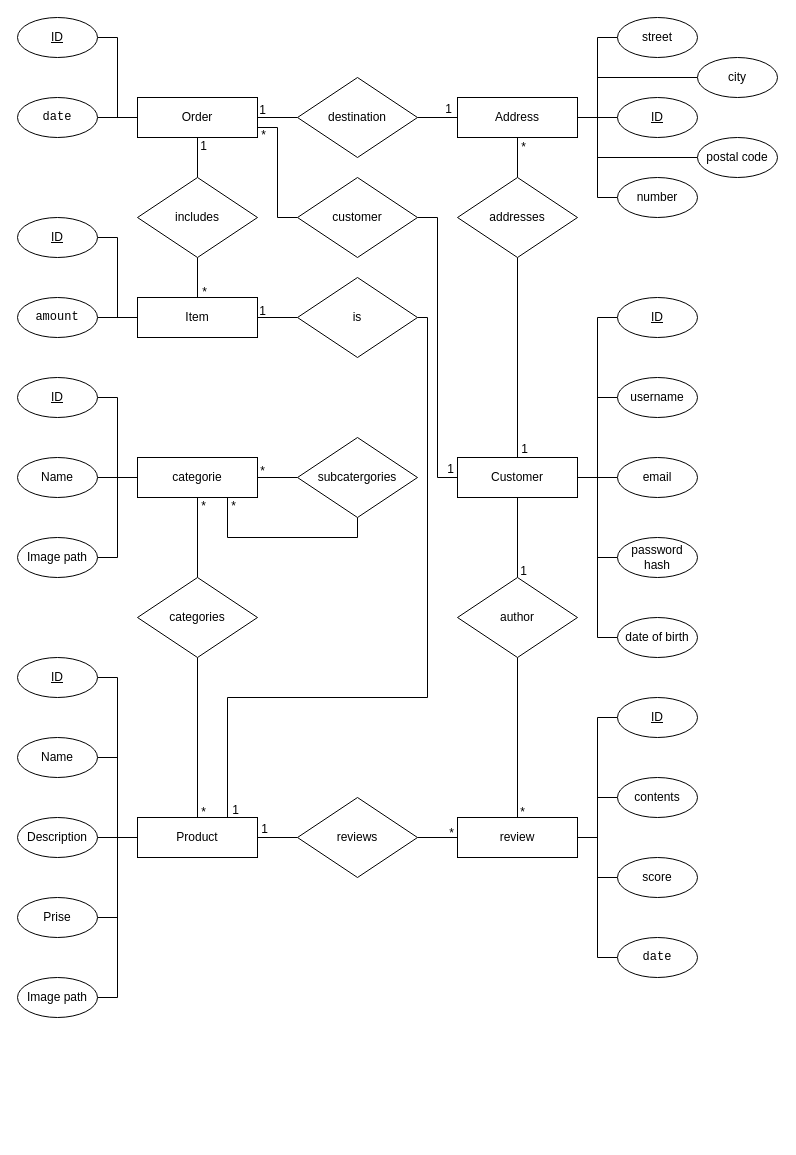
ArnoJoosen/webShop keeps this draw.io diagram as Databases_ER.drawio. Above is the earlier version. Source tidied: cells renumbered, new cells numbered last; positions are measured from the earlier drawing's top-left corner, leaving out a move shared by most shapes. Both pictures are drawn from the tidied source at 100%, with x=0, y=0 at pixel (17, 17).
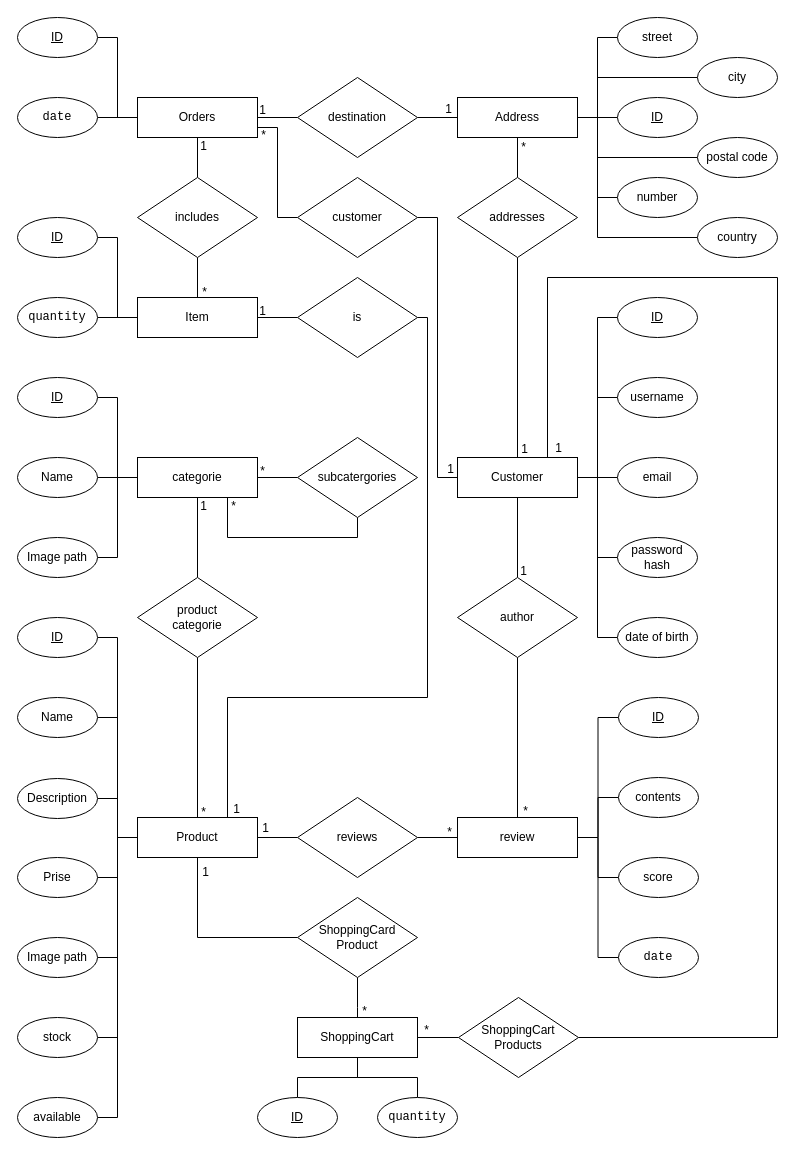
After the change.

Unchanged cells that the change refers to:
```xml
<mxCell id="16" value="&lt;span lang=&quot;en&quot; class=&quot;HwtZe&quot;&gt;Product&lt;/span&gt;" style="rounded=0;whiteSpace=wrap;html=1;" parent="1" vertex="1">
  <mxGeometry x="120" y="800" width="120" height="40" as="geometry" />
</mxCell>
<mxCell id="42" value="&lt;span lang=&quot;en&quot; class=&quot;HwtZe&quot;&gt;Customer&lt;/span&gt;" style="rounded=0;whiteSpace=wrap;html=1;" parent="1" vertex="1">
  <mxGeometry x="440" y="440" width="120" height="40" as="geometry" />
</mxCell>
<mxCell id="78" value="&lt;span lang=&quot;en&quot; class=&quot;HwtZe&quot;&gt;Address&lt;/span&gt;" style="rounded=0;whiteSpace=wrap;html=1;" parent="1" vertex="1">
  <mxGeometry x="440" y="80" width="120" height="40" as="geometry" />
</mxCell>
```

Diff of the diagram source:
```diff
@@
     <mxCell id="18" value="&lt;u&gt;ID&lt;/u&gt;" style="ellipse;whiteSpace=wrap;html=1;" parent="1" vertex="1">
-      <mxGeometry y="640" width="80" height="40" as="geometry" />
+      <mxGeometry y="600" width="80" height="40" as="geometry" />
     </mxCell>
@@
     <mxCell id="20" value="Name" style="ellipse;whiteSpace=wrap;html=1;" parent="1" vertex="1">
-      <mxGeometry y="720" width="80" height="40" as="geometry" />
+      <mxGeometry y="680" width="80" height="40" as="geometry" />
     </mxCell>
@@
     <mxCell id="22" value="Image&amp;nbsp;&lt;span lang=&quot;en&quot; class=&quot;HwtZe&quot;&gt;path&lt;/span&gt;" style="ellipse;whiteSpace=wrap;html=1;" parent="1" vertex="1">
-      <mxGeometry y="960" width="80" height="40" as="geometry" />
+      <mxGeometry y="920" width="80" height="40" as="geometry" />
     </mxCell>
@@
     <mxCell id="24" value="&lt;div dir=&quot;ltr&quot; class=&quot;lRu31&quot;&gt;&lt;span lang=&quot;en&quot; class=&quot;HwtZe&quot;&gt;Description&lt;/span&gt;&lt;span class=&quot;ZSCsVd&quot;&gt;&lt;/span&gt;&lt;div class=&quot;OvtS8d&quot;&gt;&lt;/div&gt;&lt;div id=&quot;ow11&quot;&gt;&lt;/div&gt;&lt;/div&gt;&lt;div class=&quot;UdTY9 WdefRb&quot; aria-hidden=&quot;true&quot;&gt;&lt;div class=&quot;kO6q6e&quot;&gt;&lt;/div&gt;&lt;/div&gt;" style="ellipse;whiteSpace=wrap;html=1;" parent="1" vertex="1">
-      <mxGeometry y="800" width="80" height="40" as="geometry" />
+      <mxGeometry y="761" width="80" height="40" as="geometry" />
     </mxCell>
@@
     <mxCell id="26" value="&lt;div dir=&quot;ltr&quot; class=&quot;lRu31&quot;&gt;Prise&lt;div class=&quot;OvtS8d&quot;&gt;&lt;/div&gt;&lt;div id=&quot;ow11&quot;&gt;&lt;/div&gt;&lt;/div&gt;&lt;div class=&quot;UdTY9 WdefRb&quot; aria-hidden=&quot;true&quot;&gt;&lt;div class=&quot;kO6q6e&quot;&gt;&lt;/div&gt;&lt;/div&gt;" style="ellipse;whiteSpace=wrap;html=1;" parent="1" vertex="1">
-      <mxGeometry y="880" width="80" height="40" as="geometry" />
+      <mxGeometry y="840" width="80" height="40" as="geometry" />
     </mxCell>
@@
-    <mxCell id="28" value="categories" style="rhombus;whiteSpace=wrap;html=1;" parent="1" vertex="1">
+    <mxCell id="28" value="product&lt;div&gt;categorie&lt;/div&gt;" style="rhombus;whiteSpace=wrap;html=1;" parent="1" vertex="1">
       <mxGeometry x="120" y="560" width="120" height="80" as="geometry" />
     </mxCell>
@@
-    <mxCell id="30" value="*" style="text;html=1;align=center;verticalAlign=middle;strokeColor=none;fillColor=none;" parent="1" vertex="1">
+    <mxCell id="30" value="1" style="text;html=1;align=center;verticalAlign=middle;strokeColor=none;fillColor=none;" parent="1" vertex="1">
       <mxGeometry x="171" y="474" width="30" height="30" as="geometry" />
     </mxCell>
@@
     <mxCell id="38" value="&lt;u&gt;ID&lt;/u&gt;" style="ellipse;whiteSpace=wrap;html=1;" parent="1" vertex="1">
-      <mxGeometry x="600" y="680" width="80" height="40" as="geometry" />
+      <mxGeometry x="601" y="680" width="80" height="40" as="geometry" />
     </mxCell>
     <mxCell id="39" value="&lt;span lang=&quot;en&quot; class=&quot;HwtZe&quot;&gt;contents&lt;/span&gt;" style="ellipse;whiteSpace=wrap;html=1;" parent="1" vertex="1">
-      <mxGeometry x="600" y="760" width="80" height="40" as="geometry" />
+      <mxGeometry x="601" y="760" width="80" height="40" as="geometry" />
     </mxCell>
     <mxCell id="40" value="&lt;span lang=&quot;en&quot; class=&quot;HwtZe&quot;&gt;score&lt;/span&gt;" style="ellipse;whiteSpace=wrap;html=1;" parent="1" vertex="1">
-      <mxGeometry x="600" y="840" width="80" height="40" as="geometry" />
+      <mxGeometry x="601" y="840" width="80" height="40" as="geometry" />
     </mxCell>
@@
     <mxCell id="45" value="*" style="text;html=1;align=center;verticalAlign=middle;strokeColor=none;fillColor=none;" parent="1" vertex="1">
-      <mxGeometry x="490" y="780" width="30" height="30" as="geometry" />
+      <mxGeometry x="493" y="779" width="30" height="30" as="geometry" />
     </mxCell>
@@
-    <mxCell id="61" value="Order" style="rounded=0;whiteSpace=wrap;html=1;" parent="1" vertex="1">
+    <mxCell id="61" value="Orders" style="rounded=0;whiteSpace=wrap;html=1;" parent="1" vertex="1">
       <mxGeometry x="120" y="80" width="120" height="40" as="geometry" />
     </mxCell>
@@
-    <mxCell id="73" value="&lt;div class=&quot;QmZWSe&quot;&gt;&lt;div class=&quot;DHcWmd&quot;&gt;&lt;/div&gt;&lt;/div&gt;&lt;div class=&quot;oSioSc&quot;&gt;&lt;div id=&quot;tw-target&quot;&gt;&lt;div class=&quot;g9WsWb PZPZlf&quot; id=&quot;kAz1tf&quot;&gt;&lt;div tabindex=&quot;0&quot; id=&quot;tw-target-text-container&quot; class=&quot;tw-ta-container F0azHf tw-nfl&quot;&gt;&lt;pre dir=&quot;ltr&quot; aria-label=&quot;Vertaalde tekst: number&quot; style=&quot;text-align:left&quot; id=&quot;tw-target-text&quot; class=&quot;tw-data-text tw-text-large tw-ta&quot;&gt;&lt;span lang=&quot;en&quot; class=&quot;Y2IQFc&quot;&gt;amount&lt;/span&gt;&lt;/pre&gt;&lt;/div&gt;&lt;/div&gt;&lt;/div&gt;&lt;/div&gt;" style="ellipse;whiteSpace=wrap;html=1;" parent="1" vertex="1">
+    <mxCell id="73" value="&lt;div class=&quot;QmZWSe&quot;&gt;&lt;div class=&quot;DHcWmd&quot;&gt;&lt;/div&gt;&lt;/div&gt;&lt;div class=&quot;oSioSc&quot;&gt;&lt;div id=&quot;tw-target&quot;&gt;&lt;div class=&quot;g9WsWb PZPZlf&quot; id=&quot;kAz1tf&quot;&gt;&lt;div tabindex=&quot;0&quot; id=&quot;tw-target-text-container&quot; class=&quot;tw-ta-container F0azHf tw-nfl&quot;&gt;&lt;pre dir=&quot;ltr&quot; aria-label=&quot;Vertaalde tekst: number&quot; style=&quot;text-align:left&quot; id=&quot;tw-target-text&quot; class=&quot;tw-data-text tw-text-large tw-ta&quot;&gt;&lt;span lang=&quot;en&quot; class=&quot;Y2IQFc&quot;&gt;quantity&lt;/span&gt;&lt;/pre&gt;&lt;/div&gt;&lt;/div&gt;&lt;/div&gt;&lt;/div&gt;" style="ellipse;whiteSpace=wrap;html=1;" parent="1" vertex="1">
       <mxGeometry y="280" width="80" height="40" as="geometry" />
     </mxCell>
@@
+    <mxCell id="106" style="edgeStyle=orthogonalEdgeStyle;rounded=0;jettySize=auto;html=1;exitX=1;exitY=0.5;exitDx=0;exitDy=0;entryX=0;entryY=0.5;entryDx=0;entryDy=0;endArrow=none;endFill=0;" parent="1" edge="1" source="78" target="107">
+      <mxGeometry relative="1" as="geometry">
+        <Array as="points">
+          <mxPoint x="580" y="100" />
+          <mxPoint x="580" y="220" />
+        </Array>
+      </mxGeometry>
+    </mxCell>
@@
     <mxCell id="87" value="&lt;div class=&quot;QmZWSe&quot;&gt;&lt;div class=&quot;DHcWmd&quot;&gt;&lt;/div&gt;&lt;/div&gt;&lt;div class=&quot;oSioSc&quot;&gt;&lt;div id=&quot;tw-target&quot;&gt;&lt;div class=&quot;g9WsWb PZPZlf&quot; id=&quot;kAz1tf&quot;&gt;&lt;div tabindex=&quot;0&quot; id=&quot;tw-target-text-container&quot; class=&quot;tw-ta-container F0azHf tw-nfl&quot;&gt;&lt;pre dir=&quot;ltr&quot; aria-label=&quot;Vertaalde tekst: number&quot; style=&quot;text-align:left&quot; id=&quot;tw-target-text&quot; class=&quot;tw-data-text tw-text-large tw-ta&quot;&gt;&lt;span lang=&quot;en&quot; class=&quot;Y2IQFc&quot;&gt;date&lt;/span&gt;&lt;/pre&gt;&lt;/div&gt;&lt;/div&gt;&lt;/div&gt;&lt;/div&gt;" style="ellipse;whiteSpace=wrap;html=1;" parent="1" vertex="1">
-      <mxGeometry x="600" y="920" width="80" height="40" as="geometry" />
+      <mxGeometry x="601" y="920" width="80" height="40" as="geometry" />
     </mxCell>
@@
     <mxCell id="101" value="1" style="text;html=1;align=center;verticalAlign=middle;strokeColor=none;fillColor=none;" parent="1" vertex="1">
-      <mxGeometry x="203" y="778" width="30" height="30" as="geometry" />
+      <mxGeometry x="204" y="777" width="30" height="30" as="geometry" />
     </mxCell>
@@
     <mxCell id="104" value="1" style="text;html=1;align=center;verticalAlign=middle;strokeColor=none;fillColor=none;" parent="1" vertex="1">
-      <mxGeometry x="232" y="797" width="30" height="30" as="geometry" />
+      <mxGeometry x="233" y="796" width="30" height="30" as="geometry" />
     </mxCell>
     <mxCell id="105" value="*" style="text;html=1;align=center;verticalAlign=middle;strokeColor=none;fillColor=none;" parent="1" vertex="1">
-      <mxGeometry x="419" y="801" width="30" height="30" as="geometry" />
+      <mxGeometry x="417" y="800" width="30" height="30" as="geometry" />
     </mxCell>
+    <mxCell id="107" value="&lt;span lang=&quot;en&quot; class=&quot;HwtZe&quot;&gt;country&lt;/span&gt;" style="ellipse;whiteSpace=wrap;html=1;" parent="1" vertex="1">
+      <mxGeometry x="680" y="200" width="80" height="40" as="geometry" />
+    </mxCell>
+    <mxCell id="108" style="edgeStyle=orthogonalEdgeStyle;rounded=0;jettySize=auto;html=1;exitX=1;exitY=0.5;exitDx=0;exitDy=0;entryX=0;entryY=0.5;entryDx=0;entryDy=0;endArrow=none;endFill=0;" parent="1" edge="1" source="109" target="16">
+      <mxGeometry relative="1" as="geometry" />
+    </mxCell>
+    <mxCell id="109" value="stock" style="ellipse;whiteSpace=wrap;html=1;" parent="1" vertex="1">
+      <mxGeometry y="1000" width="80" height="40" as="geometry" />
+    </mxCell>
+    <mxCell id="110" style="edgeStyle=orthogonalEdgeStyle;rounded=0;jettySize=auto;html=1;exitX=1;exitY=0.5;exitDx=0;exitDy=0;entryX=0;entryY=0.5;entryDx=0;entryDy=0;endArrow=none;endFill=0;" parent="1" edge="1" source="111" target="16">
+      <mxGeometry relative="1" as="geometry" />
+    </mxCell>
+    <mxCell id="111" value="available" style="ellipse;whiteSpace=wrap;html=1;" parent="1" vertex="1">
+      <mxGeometry y="1080" width="80" height="40" as="geometry" />
+    </mxCell>
+    <mxCell id="112" style="edgeStyle=orthogonalEdgeStyle;rounded=0;jettySize=auto;html=1;entryX=0.5;entryY=1;entryDx=0;entryDy=0;endArrow=none;endFill=0;" parent="1" edge="1" source="114" target="16">
+      <mxGeometry relative="1" as="geometry" />
+    </mxCell>
+    <mxCell id="113" style="edgeStyle=orthogonalEdgeStyle;rounded=0;jettySize=auto;html=1;exitX=0.5;exitY=1;exitDx=0;exitDy=0;entryX=0.5;entryY=0;entryDx=0;entryDy=0;endArrow=none;endFill=0;" parent="1" edge="1" source="114" target="119">
+      <mxGeometry relative="1" as="geometry">
+        <Array as="points">
+          <mxPoint x="340" y="990" />
+          <mxPoint x="340" y="990" />
+        </Array>
+      </mxGeometry>
+    </mxCell>
+    <mxCell id="114" value="ShoppingCard Product" style="rhombus;whiteSpace=wrap;html=1;" parent="1" vertex="1">
+      <mxGeometry x="280" y="880" width="120" height="80" as="geometry" />
+    </mxCell>
+    <mxCell id="115" value="1" style="text;html=1;align=center;verticalAlign=middle;strokeColor=none;fillColor=none;" parent="1" vertex="1">
+      <mxGeometry x="173" y="840" width="30" height="30" as="geometry" />
+    </mxCell>
+    <mxCell id="116" style="edgeStyle=orthogonalEdgeStyle;rounded=0;jettySize=auto;html=1;exitX=1;exitY=0.5;exitDx=0;exitDy=0;entryX=0;entryY=0.5;entryDx=0;entryDy=0;endArrow=none;endFill=0;" parent="1" edge="1" source="119" target="121">
+      <mxGeometry relative="1" as="geometry" />
+    </mxCell>
+    <mxCell id="117" style="edgeStyle=orthogonalEdgeStyle;rounded=0;jettySize=auto;html=1;exitX=0.5;exitY=1;exitDx=0;exitDy=0;entryX=0.5;entryY=0;entryDx=0;entryDy=0;endArrow=none;endFill=0;" parent="1" edge="1" source="119" target="122">
+      <mxGeometry relative="1" as="geometry" />
+    </mxCell>
+    <mxCell id="118" style="edgeStyle=orthogonalEdgeStyle;rounded=0;jettySize=auto;html=1;exitX=0.5;exitY=1;exitDx=0;exitDy=0;entryX=0.5;entryY=0;entryDx=0;entryDy=0;endArrow=none;endFill=0;" parent="1" edge="1" source="119" target="123">
+      <mxGeometry relative="1" as="geometry" />
+    </mxCell>
+    <mxCell id="119" value="&lt;span lang=&quot;en&quot; class=&quot;HwtZe&quot;&gt;ShoppingCart&lt;/span&gt;" style="rounded=0;whiteSpace=wrap;html=1;" parent="1" vertex="1">
+      <mxGeometry x="280" y="1000" width="120" height="40" as="geometry" />
+    </mxCell>
+    <mxCell id="120" style="edgeStyle=orthogonalEdgeStyle;rounded=0;jettySize=auto;html=1;exitX=1;exitY=0.5;exitDx=0;exitDy=0;entryX=0.75;entryY=0;entryDx=0;entryDy=0;endArrow=none;endFill=0;" parent="1" edge="1" source="121" target="42">
+      <mxGeometry relative="1" as="geometry">
+        <Array as="points">
+          <mxPoint x="760" y="1020" />
+          <mxPoint x="760" y="260" />
+          <mxPoint x="530" y="260" />
+        </Array>
+      </mxGeometry>
+    </mxCell>
+    <mxCell id="121" value="ShoppingCart&lt;div&gt;Products&lt;/div&gt;" style="rhombus;whiteSpace=wrap;html=1;" parent="1" vertex="1">
+      <mxGeometry x="441" y="980" width="120" height="80" as="geometry" />
+    </mxCell>
+    <mxCell id="122" value="&lt;u&gt;ID&lt;/u&gt;" style="ellipse;whiteSpace=wrap;html=1;" parent="1" vertex="1">
+      <mxGeometry x="240" y="1080" width="80" height="40" as="geometry" />
+    </mxCell>
+    <mxCell id="123" value="&lt;div class=&quot;QmZWSe&quot;&gt;&lt;div class=&quot;DHcWmd&quot;&gt;&lt;/div&gt;&lt;/div&gt;&lt;div class=&quot;oSioSc&quot;&gt;&lt;div id=&quot;tw-target&quot;&gt;&lt;div class=&quot;g9WsWb PZPZlf&quot; id=&quot;kAz1tf&quot;&gt;&lt;div tabindex=&quot;0&quot; id=&quot;tw-target-text-container&quot; class=&quot;tw-ta-container F0azHf tw-nfl&quot;&gt;&lt;pre dir=&quot;ltr&quot; aria-label=&quot;Vertaalde tekst: number&quot; style=&quot;text-align:left&quot; id=&quot;tw-target-text&quot; class=&quot;tw-data-text tw-text-large tw-ta&quot;&gt;quantity&lt;/pre&gt;&lt;/div&gt;&lt;/div&gt;&lt;/div&gt;&lt;/div&gt;" style="ellipse;whiteSpace=wrap;html=1;" parent="1" vertex="1">
+      <mxGeometry x="360" y="1080" width="80" height="40" as="geometry" />
+    </mxCell>
+    <mxCell id="124" value="*" style="text;html=1;align=center;verticalAlign=middle;strokeColor=none;fillColor=none;" parent="1" vertex="1">
+      <mxGeometry x="332" y="979" width="30" height="30" as="geometry" />
+    </mxCell>
+    <mxCell id="125" value="1" style="text;html=1;align=center;verticalAlign=middle;strokeColor=none;fillColor=none;" parent="1" vertex="1">
+      <mxGeometry x="526" y="416" width="30" height="30" as="geometry" />
+    </mxCell>
+    <mxCell id="126" value="*" style="text;html=1;align=center;verticalAlign=middle;strokeColor=none;fillColor=none;" parent="1" vertex="1">
+      <mxGeometry x="394" y="998" width="30" height="30" as="geometry" />
+    </mxCell>
```
